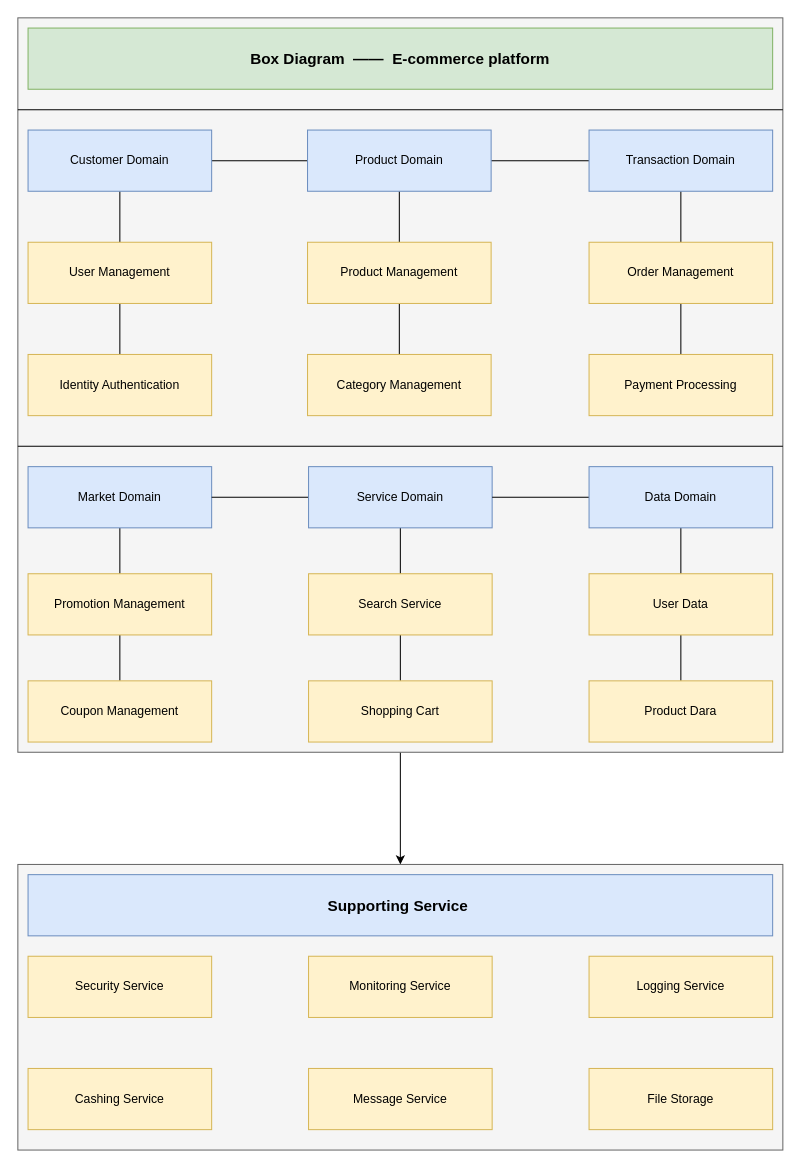
Before: Box_Diagram.drawio in mushroomAAA/draw.io, a draw.io diagram. Source tidied: cells renumbered, new cells numbered last; positions are measured from the earlier drawing's top-left corner, leaving out a move shared by most shapes. Both pictures are drawn from the tidied source at 102%, with x=0, y=0 at pixel (17, 17).
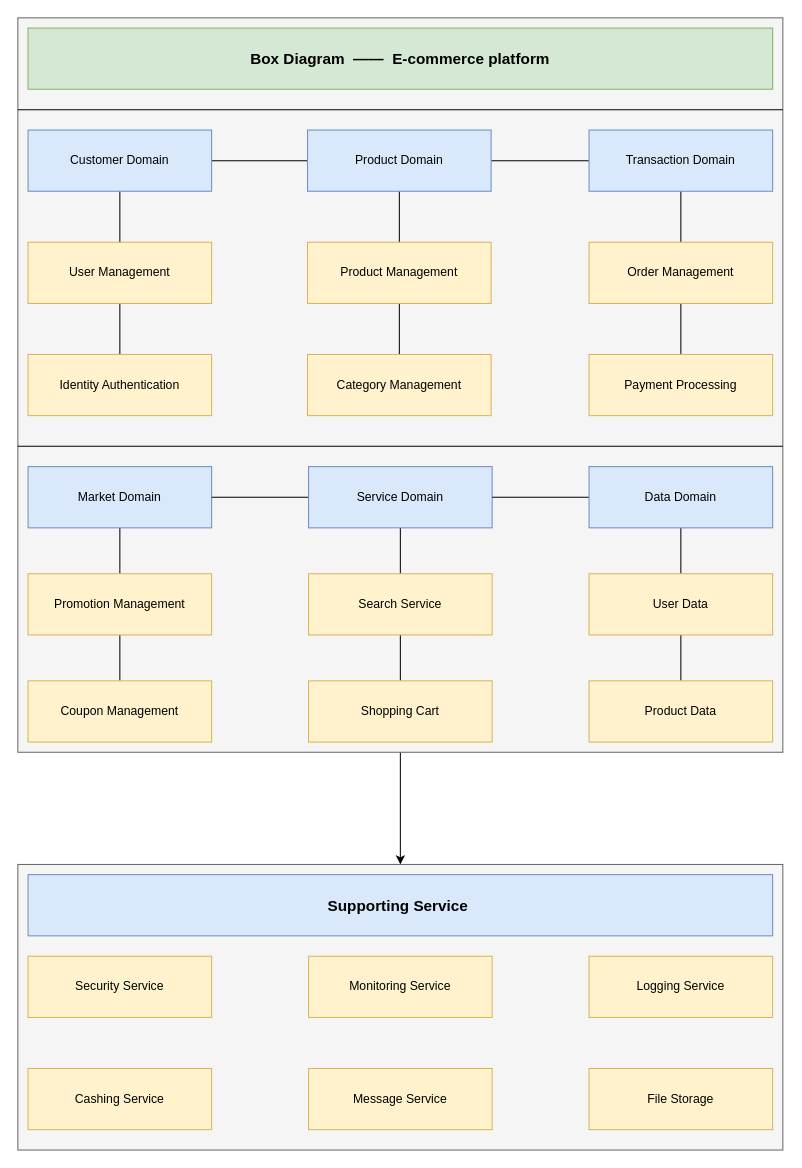
Above is the later version.

Diff of the diagram source:
```diff
@@
-    <mxCell id="40" value="Product Dara" style="rounded=0;whiteSpace=wrap;html=1;fillColor=#fff2cc;strokeColor=#d6b656;" parent="1" vertex="1">
+    <mxCell id="40" value="Product Data" style="rounded=0;whiteSpace=wrap;html=1;fillColor=#fff2cc;strokeColor=#d6b656;" parent="1" vertex="1">
       <mxGeometry x="560" y="650" width="180" height="60" as="geometry" />
     </mxCell>
```
